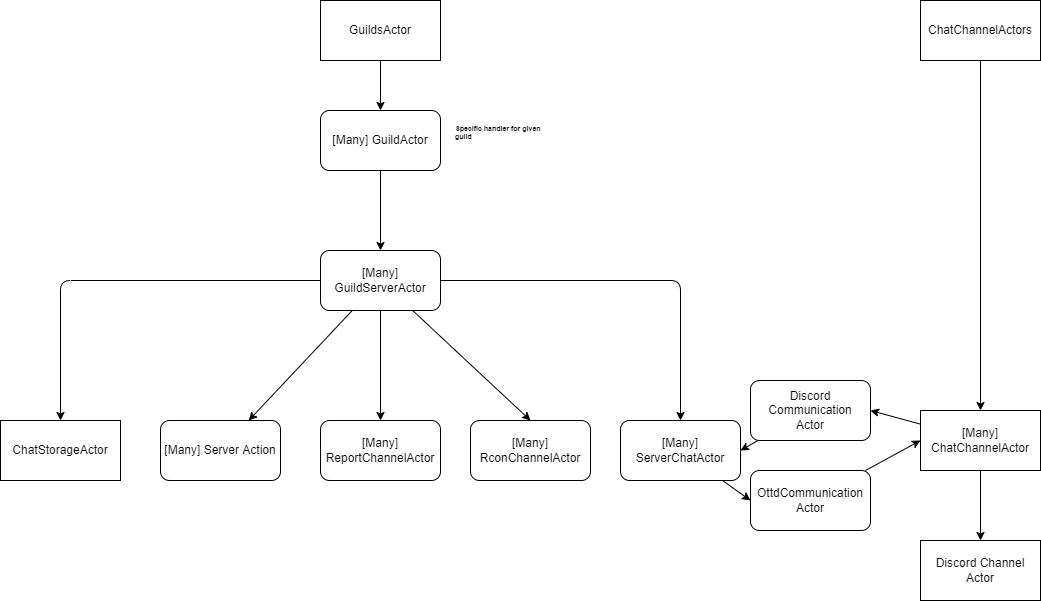
Above: docs/akka.drawio.png in shoter/OpenttdDiscord (draw.io), before the change. Source tidied: cells renumbered, new cells last; positions are measured from the earlier drawing's top-left corner, leaving out a move shared by most shapes.
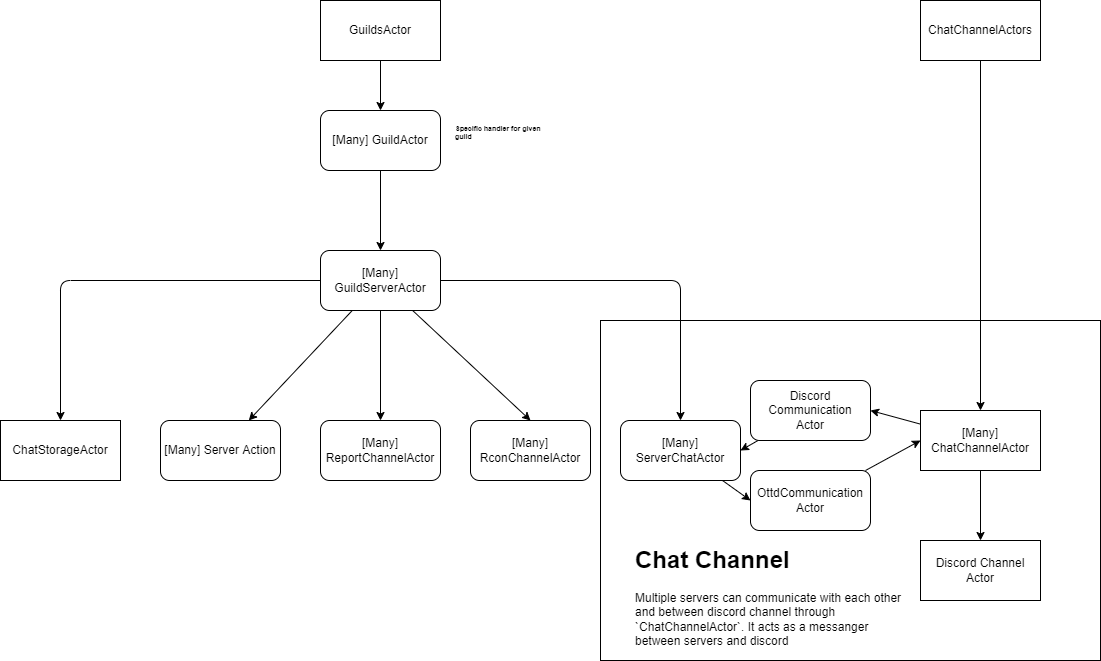
The same file after the commit.

Commit message:
feat: Chat Channel

Diff of the diagram source:
```diff
@@ -2,6 +2,9 @@
   <root>
     <mxCell id="0" />
     <mxCell id="1" parent="0" />
+    <mxCell id="29" style="rounded=0;whiteSpace=wrap;html=1;" parent="1" vertex="1">
+      <mxGeometry x="600" y="320" width="500" height="340" as="geometry" />
+    </mxCell>
     <mxCell id="2" style="edgeStyle=none;html=1;" parent="1" edge="1" source="3" target="12">
       <mxGeometry relative="1" as="geometry" />
     </mxCell>
@@ -91,5 +94,8 @@
     <mxCell id="28" value="ChatStorageActor" style="rounded=0;whiteSpace=wrap;html=1;fontSize=12;" parent="1" vertex="1">
       <mxGeometry y="420" width="120" height="60" as="geometry" />
     </mxCell>
+    <mxCell id="30" value="&lt;h1&gt;Chat Channel&lt;/h1&gt;&lt;p&gt;Multiple servers can communicate with each other and between discord channel through `ChatChannelActor`. It acts as a messanger between servers and discord&lt;/p&gt;" style="text;html=1;strokeColor=none;fillColor=none;spacing=5;spacingTop=-20;whiteSpace=wrap;overflow=hidden;rounded=0;" parent="1" vertex="1">
+      <mxGeometry x="630" y="540" width="280" height="120" as="geometry" />
+    </mxCell>
   </root>
 </mxGraphModel>
```
